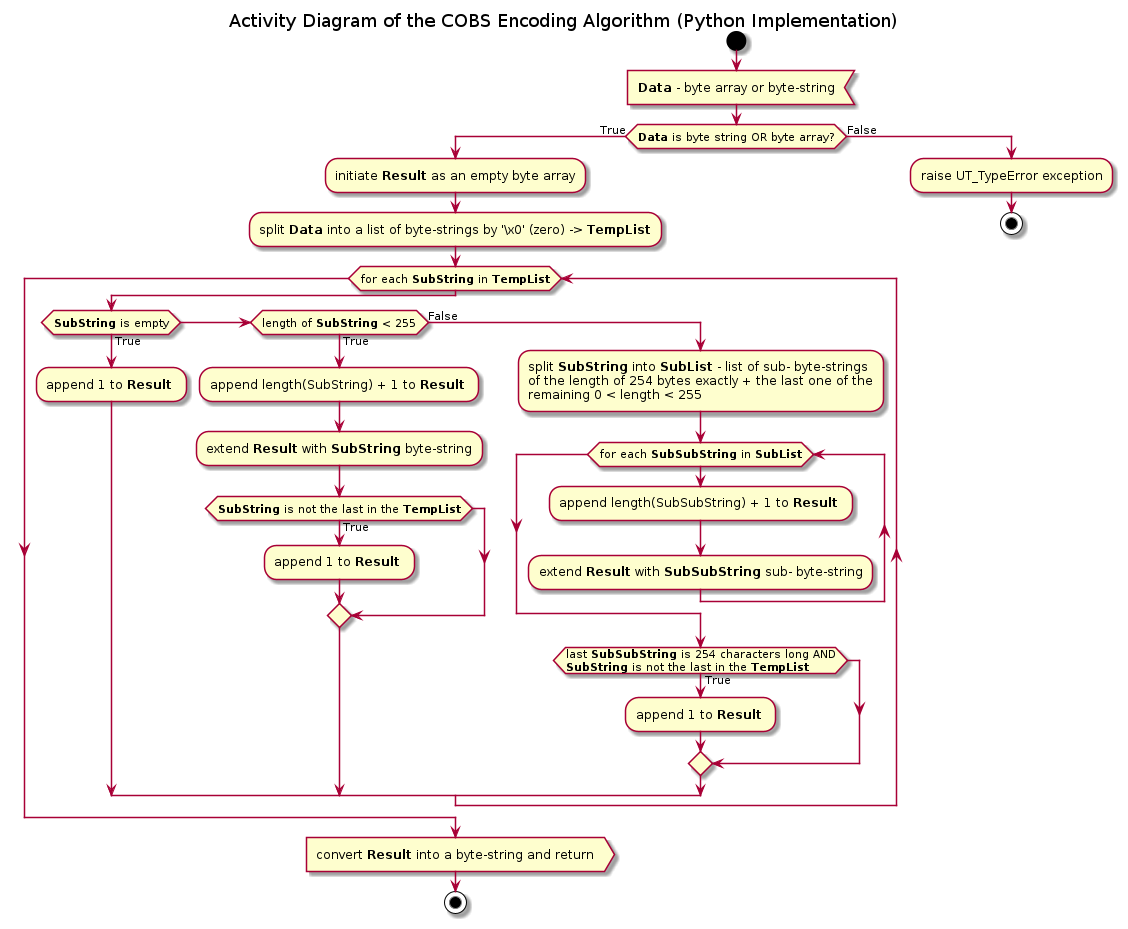
FooBarShebang/codecs_lib keeps this PlantUML diagram as Documentation/UML/cobs/cobsPy_encode.png. Above is the earlier version.
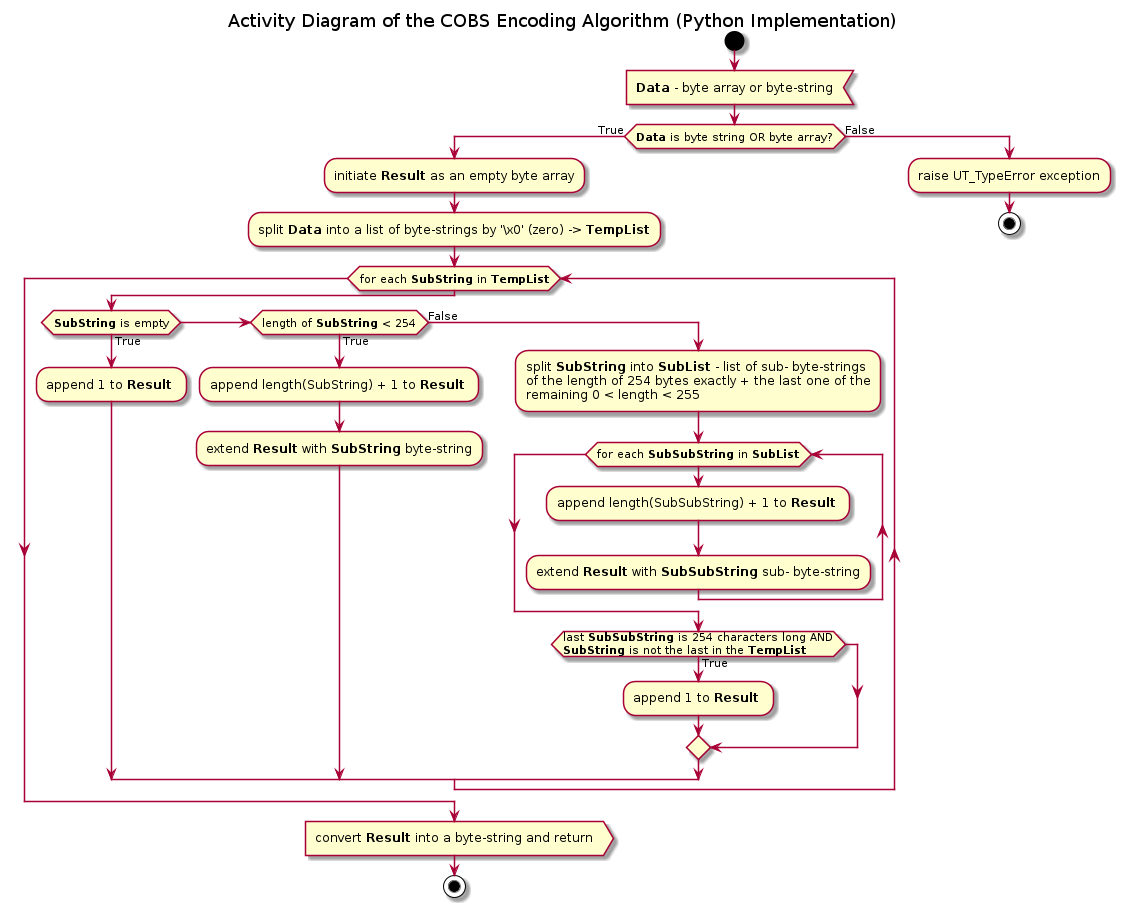
The same diagram one commit later.

What changed in the source:
```diff
@@ -15,14 +15,10 @@
     while (for each <b>SubString</b> in <b>TempList</b>)
         if (<b>SubString</b> is empty) then (True)
             :append 1 to <b>Result</b> ;
-        elseif (length of <b>SubString</b> < 255) then (True)
+        elseif (length of <b>SubString</b> < 254) then (True)
             :append length(SubString) + 1 to <b>Result</b> ;
 
             :extend <b>Result</b> with <b>SubString</b> byte-string;
-
-            if (<b>SubString</b> is not the last in the <b>TempList</b>) then (True)
-                :append 1 to <b>Result</b> ;
-            endif
         else (False)
             :split <b>SubString</b> into <b>SubList</b> - list of sub- byte-strings
             of the length of 254 bytes exactly + the last one of the
```
